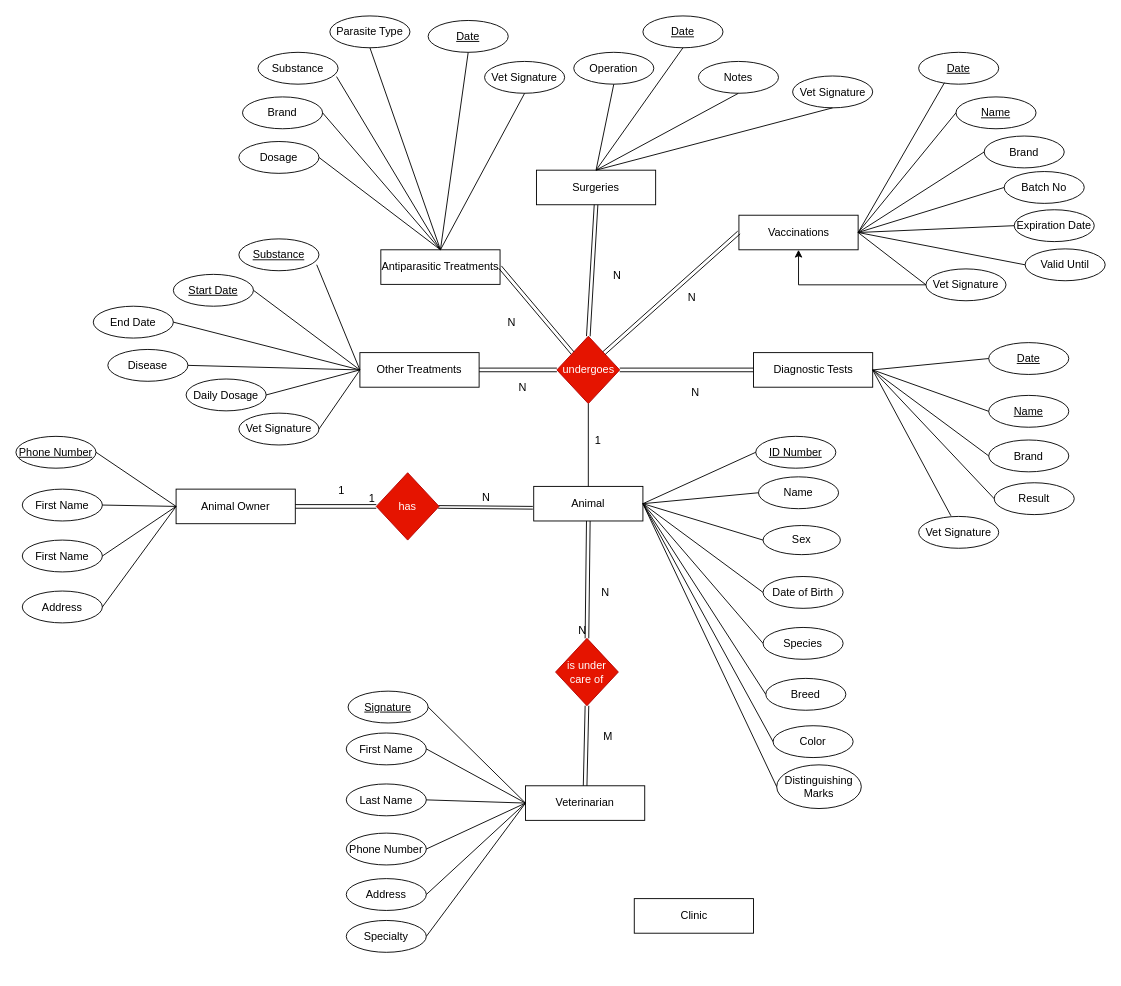
This is DB.drawio from n1kolpap/DB-Animal2025, a draw.io file, before an edit. Source tidied: cells renumbered, new cells numbered last; positions are measured from the earlier drawing's top-left corner, leaving out a move shared by most shapes. Both pictures are drawn from the tidied source at 91%, with x=0, y=0 at pixel (15, 15).
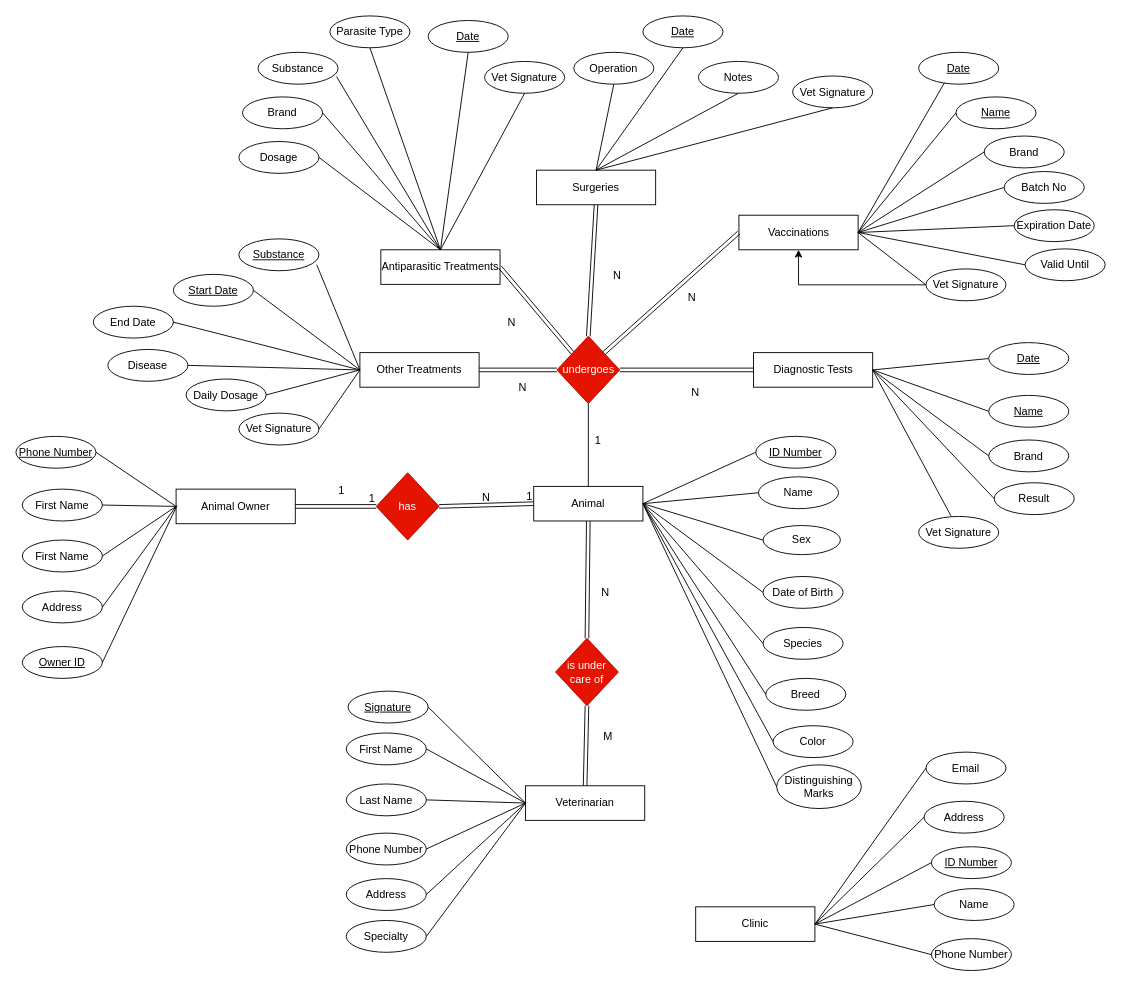
After the change.

The change refers to these unchanged cells:
```xml
<mxCell id="3" value="&lt;font style=&quot;color: light-dark(rgb(0, 0, 0), rgb(0, 0, 0));&quot; face=&quot;Helvetica&quot;&gt;Animal&lt;/font&gt;" style="rounded=0;whiteSpace=wrap;html=1;fillColor=light-dark(#FFFFFF,#A9C4EB);strokeColor=light-dark(#000000,#7EA6E0);" parent="1" vertex="1">
  <mxGeometry x="569" y="517" width="120" height="38" as="geometry" />
</mxCell>
<mxCell id="49" value="has" style="rhombus;whiteSpace=wrap;html=1;fillColor=light-dark(#E51400,#FFCCCC);fontColor=#ffffff;strokeColor=light-dark(#B20000,#EA6B66);" parent="1" vertex="1">
  <mxGeometry x="396" y="502" width="69" height="74" as="geometry" />
</mxCell>
<mxCell id="121" style="shape=link;html=1;rounded=0;exitX=0.5;exitY=1;exitDx=0;exitDy=0;entryX=0.5;entryY=0;entryDx=0;entryDy=0;strokeColor=light-dark(#000000,#000000);" parent="1" edge="1" source="3" target="38">
  <mxGeometry relative="1" as="geometry" />
</mxCell>
```

Change to the diagram source:
```diff
@@
-    <mxCell id="50" style="endArrow=none;html=1;rounded=0;strokeColor=light-dark(#000000,#000000);" parent="1" edge="1">
-      <mxGeometry relative="1" as="geometry">
-        <mxPoint x="464" y="541" as="sourcePoint" />
-        <mxPoint x="568" y="542" as="targetPoint" />
-      </mxGeometry>
-    </mxCell>
-    <mxCell id="51" style="endArrow=none;html=1;rounded=0;strokeColor=light-dark(#000000,#000000);exitX=0.992;exitY=0.488;exitDx=0;exitDy=0;exitPerimeter=0;" parent="1" edge="1" source="49">
-      <mxGeometry relative="1" as="geometry">
-        <mxPoint x="568" y="539" as="targetPoint" />
-      </mxGeometry>
-    </mxCell>
@@
-    <mxCell id="122" value="N" style="html=1;whiteSpace=wrap;align=right;verticalAlign=bottom;" parent="121" vertex="1">
-      <mxGeometry x="1" relative="1" as="geometry" />
-    </mxCell>
@@
     <mxCell id="129" value="&lt;font style=&quot;color: light-dark(rgb(0, 0, 0), rgb(0, 0, 0));&quot;&gt;Clinic&lt;/font&gt;" style="rounded=0;whiteSpace=wrap;html=1;fillColor=light-dark(#FFFFFF,#A9C4EB);strokeColor=light-dark(#000000,#7EA6E0);" parent="1" vertex="1">
-      <mxGeometry x="679.5" y="970" width="131" height="38" as="geometry" />
+      <mxGeometry x="747" y="979" width="131" height="38" as="geometry" />
     </mxCell>
+    <mxCell id="130" value="&lt;font style=&quot;color: light-dark(rgb(0, 0, 0), rgb(0, 0, 0));&quot; face=&quot;Calibri&quot;&gt;&lt;u&gt;Owner ID&lt;/u&gt;&lt;/font&gt;" style="ellipse;whiteSpace=wrap;html=1;fillColor=light-dark(#FFFFFF,#FFF2CC);strokeColor=light-dark(#000000,#FFD966);" parent="1" vertex="1">
+      <mxGeometry x="7" y="693" width="88" height="35" as="geometry" />
+    </mxCell>
+    <mxCell id="131" value="&lt;font style=&quot;color: light-dark(rgb(0, 0, 0), rgb(0, 0, 0));&quot; face=&quot;Calibri&quot;&gt;&lt;u&gt;ID Number&lt;/u&gt;&lt;/font&gt;" style="ellipse;whiteSpace=wrap;html=1;fillColor=light-dark(#FFFFFF,#FFF2CC);strokeColor=light-dark(#000000,#FFD966);" parent="1" vertex="1">
+      <mxGeometry x="1006" y="913" width="88" height="35" as="geometry" />
+    </mxCell>
+    <mxCell id="132" style="endArrow=none;html=1;rounded=0;exitX=1;exitY=0.5;exitDx=0;exitDy=0;strokeColor=light-dark(#000000,#000000);" parent="1" edge="1" source="130">
+      <mxGeometry relative="1" as="geometry">
+        <mxPoint x="177" y="538" as="targetPoint" />
+      </mxGeometry>
+    </mxCell>
+    <mxCell id="133" style="endArrow=none;html=1;rounded=0;strokeColor=light-dark(#000000,#000000);entryX=0;entryY=0.5;entryDx=0;entryDy=0;exitX=1;exitY=0.5;exitDx=0;exitDy=0;" parent="1" edge="1" source="129" target="131">
+      <mxGeometry relative="1" as="geometry" />
+    </mxCell>
+    <mxCell id="134" value="&lt;font style=&quot;color: light-dark(rgb(0, 0, 0), rgb(0, 0, 0));&quot; face=&quot;Calibri&quot;&gt;Name&lt;/font&gt;" style="ellipse;whiteSpace=wrap;html=1;fillColor=light-dark(#FFFFFF,#FFF2CC);strokeColor=light-dark(#000000,#FFD966);" parent="1" vertex="1">
+      <mxGeometry x="1009" y="959" width="88" height="35" as="geometry" />
+    </mxCell>
+    <mxCell id="135" style="endArrow=none;html=1;rounded=0;strokeColor=light-dark(#000000,#000000);entryX=0;entryY=0.5;entryDx=0;entryDy=0;exitX=1;exitY=0.5;exitDx=0;exitDy=0;" parent="1" edge="1" source="129" target="134">
+      <mxGeometry relative="1" as="geometry" />
+    </mxCell>
+    <mxCell id="136" value="&lt;font style=&quot;color: light-dark(rgb(0, 0, 0), rgb(0, 0, 0));&quot; face=&quot;Calibri&quot;&gt;Email&lt;/font&gt;" style="ellipse;whiteSpace=wrap;html=1;fillColor=light-dark(#FFFFFF,#FFF2CC);strokeColor=light-dark(#000000,#FFD966);" parent="1" vertex="1">
+      <mxGeometry x="1000" y="809" width="88" height="35" as="geometry" />
+    </mxCell>
+    <mxCell id="137" value="&lt;font style=&quot;color: light-dark(rgb(0, 0, 0), rgb(0, 0, 0));&quot; face=&quot;Calibri&quot;&gt;Address&lt;/font&gt;" style="ellipse;whiteSpace=wrap;html=1;fillColor=light-dark(#FFFFFF,#FFF2CC);strokeColor=light-dark(#000000,#FFD966);" parent="1" vertex="1">
+      <mxGeometry x="998" y="863" width="88" height="35" as="geometry" />
+    </mxCell>
+    <mxCell id="138" value="&lt;font style=&quot;color: light-dark(rgb(0, 0, 0), rgb(0, 0, 0));&quot; face=&quot;Calibri&quot;&gt;Phone Number&lt;/font&gt;" style="ellipse;whiteSpace=wrap;html=1;fillColor=light-dark(#FFFFFF,#FFF2CC);strokeColor=light-dark(#000000,#FFD966);" parent="1" vertex="1">
+      <mxGeometry x="1006" y="1014" width="88" height="35" as="geometry" />
+    </mxCell>
+    <mxCell id="139" style="shape=link;html=1;rounded=0;strokeColor=light-dark(#000000,#000000);entryX=0;entryY=0.5;entryDx=0;entryDy=0;exitX=1;exitY=0.5;exitDx=0;exitDy=0;" parent="1" edge="1" source="49" target="3">
+      <mxGeometry relative="1" as="geometry" />
+    </mxCell>
+    <mxCell id="140" value="1" style="html=1;whiteSpace=wrap;align=right;verticalAlign=bottom;" parent="139" vertex="1">
+      <mxGeometry x="1" relative="1" as="geometry" />
+    </mxCell>
+    <mxCell id="141" style="endArrow=none;html=1;rounded=0;strokeColor=light-dark(#000000,#000000);entryX=0;entryY=0.5;entryDx=0;entryDy=0;exitX=1;exitY=0.5;exitDx=0;exitDy=0;" parent="1" edge="1" source="129" target="138">
+      <mxGeometry relative="1" as="geometry" />
+    </mxCell>
+    <mxCell id="142" style="endArrow=none;html=1;rounded=0;strokeColor=light-dark(#000000,#000000);entryX=0;entryY=0.5;entryDx=0;entryDy=0;exitX=1;exitY=0.5;exitDx=0;exitDy=0;" parent="1" edge="1" source="129" target="137">
+      <mxGeometry relative="1" as="geometry" />
+    </mxCell>
+    <mxCell id="143" style="endArrow=none;html=1;rounded=0;strokeColor=light-dark(#000000,#000000);entryX=0;entryY=0.5;entryDx=0;entryDy=0;exitX=1;exitY=0.5;exitDx=0;exitDy=0;" parent="1" edge="1" source="129" target="136">
+      <mxGeometry relative="1" as="geometry" />
+    </mxCell>
```
